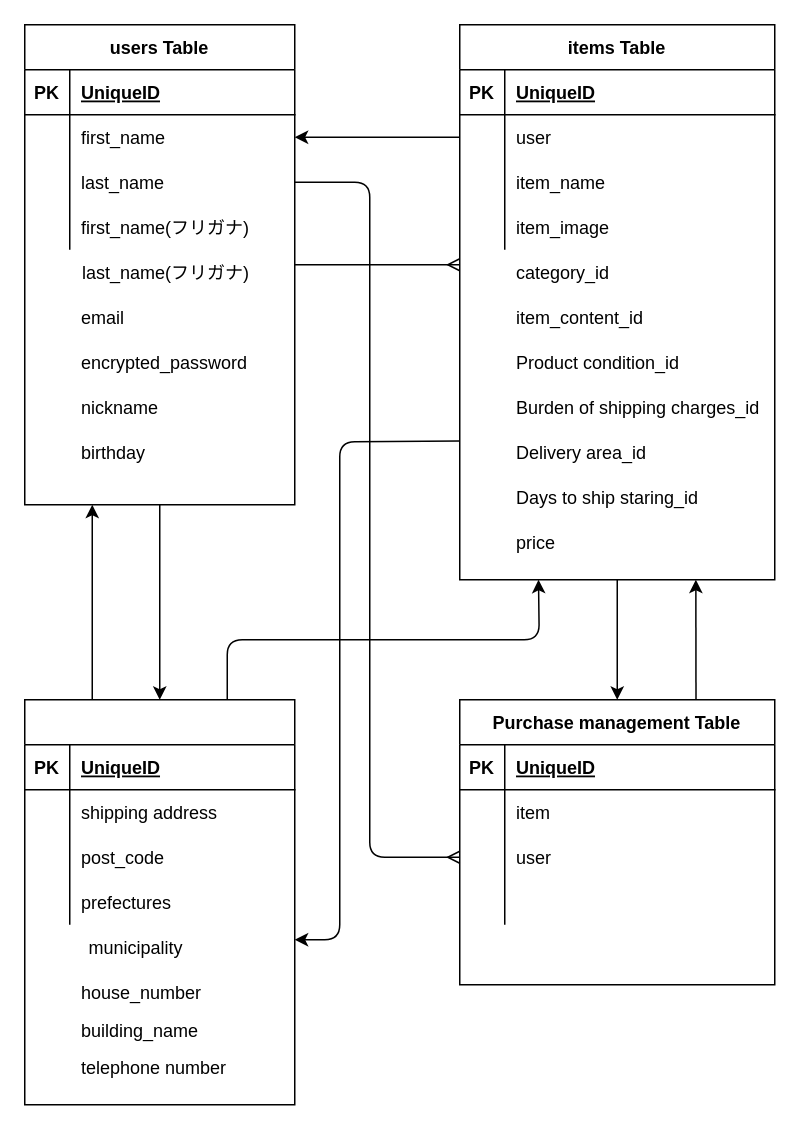
The draw.io diagram furima.dio in ManomeYuya/furima-37532, before the edit. Source tidied: cells renumbered, new cells numbered last; positions are measured from the earlier drawing's top-left corner, leaving out a move shared by most shapes. Both pictures are drawn from the tidied source at 150%, with x=0, y=0 at pixel (24, 24).
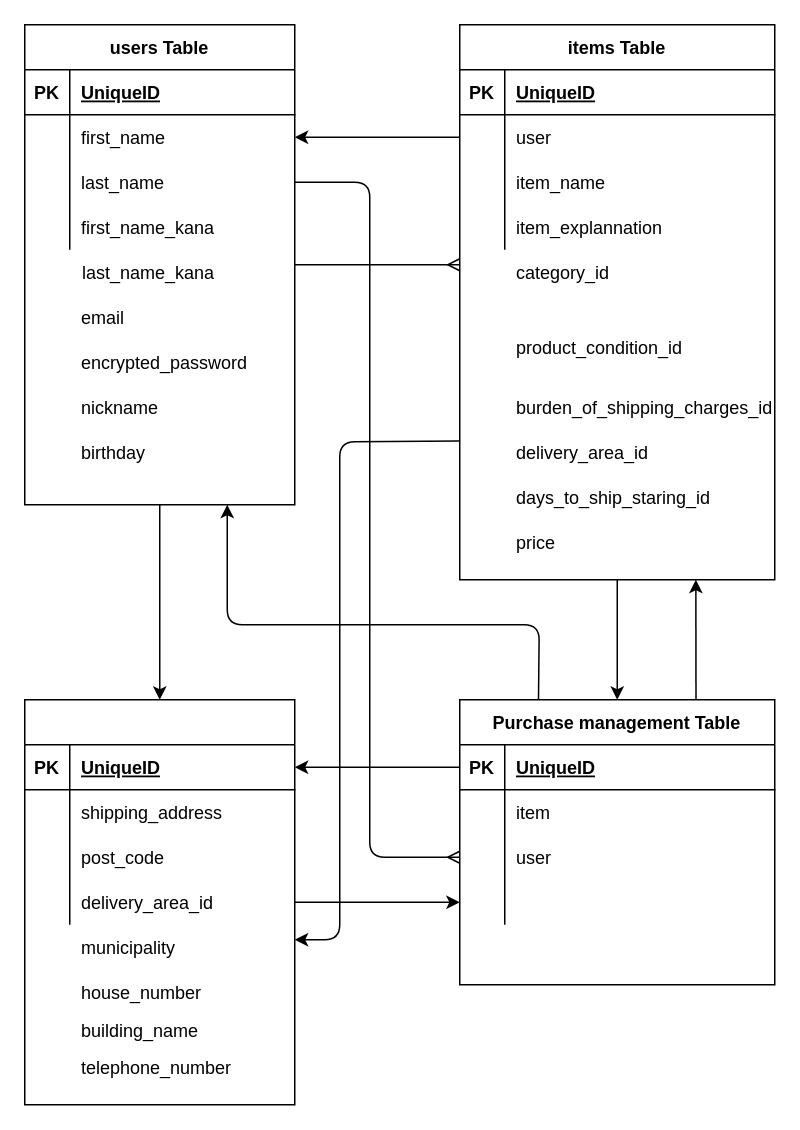
The same diagram, later.

Unchanged cells that the change refers to:
```xml
<mxCell id="4" value="users Table" style="shape=table;startSize=30;childLayout=tableLayout;rowLines=0;fontStyle=1;align=center;" parent="1" vertex="1">
  <mxGeometry width="180" height="320" as="geometry" />
</mxCell>
<mxCell id="14" style="shape=partialRectangle;fillColor=none;top=0;left=0;bottom=0;right=0;" parent="4" vertex="1">
  <mxGeometry y="120" width="180" height="30" as="geometry" />
</mxCell>
<mxCell id="21" value="items Table" style="shape=table;startSize=30;childLayout=tableLayout;rowLines=0;fontStyle=1;align=center;" parent="1" vertex="1">
  <mxGeometry x="290" width="210" height="370" as="geometry" />
</mxCell>
<mxCell id="31" style="shape=partialRectangle;fillColor=none;top=0;left=0;bottom=0;right=0;" parent="21" vertex="1">
  <mxGeometry y="120" width="210" height="30" as="geometry" />
</mxCell>
<mxCell id="37" value="Purchase management Table" style="shape=table;startSize=30;childLayout=tableLayout;rowLines=0;fontStyle=1;align=center;" parent="1" vertex="1">
  <mxGeometry x="290" y="450" width="210" height="190" as="geometry" />
</mxCell>
<mxCell id="38" style="shape=partialRectangle;fillColor=none;top=0;left=0;bottom=1;right=0;points=[[0,0.5],[1,0.5]];portConstraint=eastwest;" parent="37" vertex="1">
  <mxGeometry y="30" width="210" height="30" as="geometry" />
</mxCell>
<mxCell id="47" style="shape=partialRectangle;fillColor=none;top=0;left=0;bottom=0;right=0;points=[[0,0.5],[1,0.5]];portConstraint=eastwest;" parent="37" vertex="1">
  <mxGeometry y="120" width="210" height="30" as="geometry" />
</mxCell>
<mxCell id="53" value="address Table" style="shape=table;startSize=30;childLayout=tableLayout;rowLines=0;fontStyle=1;align=center;fontColor=#FFFFFF;" parent="1" vertex="1">
  <mxGeometry y="450" width="180" height="270" as="geometry" />
</mxCell>
<mxCell id="54" style="shape=partialRectangle;fillColor=none;top=0;left=0;bottom=1;right=0;points=[[0,0.5],[1,0.5]];portConstraint=eastwest;" parent="53" vertex="1">
  <mxGeometry y="30" width="180" height="30" as="geometry" />
</mxCell>
<mxCell id="57" style="shape=partialRectangle;fillColor=none;top=0;left=0;bottom=0;right=0;" parent="53" vertex="1">
  <mxGeometry y="60" width="180" height="30" as="geometry" />
</mxCell>
<mxCell id="63" style="shape=partialRectangle;fillColor=none;top=0;left=0;bottom=0;right=0;points=[[0,0.5],[1,0.5]];portConstraint=eastwest;" parent="53" vertex="1">
  <mxGeometry y="120" width="180" height="30" as="geometry" />
</mxCell>
<mxCell id="71" style="shape=partialRectangle;fillColor=none;top=0;left=0;bottom=0;right=0;" parent="1" vertex="1">
  <mxGeometry x="20" y="150" width="160" height="30" as="geometry" />
</mxCell>
```

Change to the diagram source:
```diff
@@
-    <mxCell id="16" value="first_name(フリガナ)" style="shape=partialRectangle;fillColor=none;top=0;left=0;bottom=0;right=0;align=left;spacingLeft=6;overflow=hidden;" parent="14" vertex="1">
+    <mxCell id="16" value="first_name_kana" style="shape=partialRectangle;fillColor=none;top=0;left=0;bottom=0;right=0;align=left;spacingLeft=6;overflow=hidden;" parent="14" vertex="1">
       <mxGeometry x="30" width="150" height="30" as="geometry" />
     </mxCell>
@@
-    <mxCell id="33" value="item_image" style="shape=partialRectangle;fillColor=none;top=0;left=0;bottom=0;right=0;align=left;spacingLeft=6;overflow=hidden;" parent="31" vertex="1">
+    <mxCell id="33" value="item_explannation" style="shape=partialRectangle;fillColor=none;top=0;left=0;bottom=0;right=0;align=left;spacingLeft=6;overflow=hidden;" parent="31" vertex="1">
       <mxGeometry x="30" width="180" height="30" as="geometry" />
     </mxCell>
@@
-    <mxCell id="35" value="Burden of shipping charges_id" style="shape=partialRectangle;fillColor=none;top=0;left=0;bottom=0;right=0;align=left;spacingLeft=6;overflow=hidden;" parent="1" vertex="1">
+    <mxCell id="35" value="burden_of_shipping_charges_id" style="shape=partialRectangle;fillColor=none;top=0;left=0;bottom=0;right=0;align=left;spacingLeft=6;overflow=hidden;" parent="1" vertex="1">
       <mxGeometry x="320" y="240" width="180" height="30" as="geometry" />
     </mxCell>
@@
+    <mxCell id="85" style="edgeStyle=none;html=1;exitX=0.25;exitY=0;exitDx=0;exitDy=0;entryX=0.75;entryY=1;entryDx=0;entryDy=0;" parent="1" edge="1" source="37" target="4">
+      <mxGeometry relative="1" as="geometry">
+        <Array as="points">
+          <mxPoint x="343" y="400" />
+          <mxPoint x="135" y="400" />
+        </Array>
+      </mxGeometry>
+    </mxCell>
@@
-    <mxCell id="50" value="telephone number" style="shape=partialRectangle;fillColor=none;top=0;left=0;bottom=0;right=0;align=left;spacingLeft=6;overflow=hidden;" parent="1" vertex="1">
+    <mxCell id="50" value="telephone_number" style="shape=partialRectangle;fillColor=none;top=0;left=0;bottom=0;right=0;align=left;spacingLeft=6;overflow=hidden;" parent="1" vertex="1">
       <mxGeometry x="30" y="680" width="150" height="30" as="geometry" />
     </mxCell>
-    <mxCell id="51" style="edgeStyle=none;html=1;exitX=0.25;exitY=0;exitDx=0;exitDy=0;entryX=0.25;entryY=1;entryDx=0;entryDy=0;fontColor=#FFFFFF;endArrow=classic;endFill=1;startSize=6;" parent="1" edge="1" source="53" target="4">
-      <mxGeometry relative="1" as="geometry" />
-    </mxCell>
-    <mxCell id="52" style="edgeStyle=none;html=1;entryX=0.25;entryY=1;entryDx=0;entryDy=0;exitX=0.75;exitY=0;exitDx=0;exitDy=0;" parent="1" edge="1" source="53" target="21">
-      <mxGeometry relative="1" as="geometry">
-        <Array as="points">
-          <mxPoint x="135" y="410" />
-          <mxPoint x="343" y="410" />
-        </Array>
-      </mxGeometry>
-    </mxCell>
@@
-    <mxCell id="59" value="shipping address" style="shape=partialRectangle;fillColor=none;top=0;left=0;bottom=0;right=0;align=left;spacingLeft=6;overflow=hidden;" parent="57" vertex="1">
+    <mxCell id="59" value="shipping_address" style="shape=partialRectangle;fillColor=none;top=0;left=0;bottom=0;right=0;align=left;spacingLeft=6;overflow=hidden;" parent="57" vertex="1">
       <mxGeometry x="30" width="150" height="30" as="geometry" />
     </mxCell>
@@
-    <mxCell id="65" value="prefectures" style="shape=partialRectangle;fillColor=none;top=0;left=0;bottom=0;right=0;align=left;spacingLeft=6;overflow=hidden;" parent="63" vertex="1">
+    <mxCell id="65" value="delivery_area_id" style="shape=partialRectangle;fillColor=none;top=0;left=0;bottom=0;right=0;align=left;spacingLeft=6;overflow=hidden;" parent="63" vertex="1">
       <mxGeometry x="30" width="150" height="30" as="geometry" />
     </mxCell>
@@
-    <mxCell id="73" value="last_name(フリガナ)" style="shape=partialRectangle;fillColor=none;top=0;left=0;bottom=0;right=0;align=left;spacingLeft=6;overflow=hidden;" parent="71" vertex="1">
+    <mxCell id="73" value="last_name_kana" style="shape=partialRectangle;fillColor=none;top=0;left=0;bottom=0;right=0;align=left;spacingLeft=6;overflow=hidden;" parent="71" vertex="1">
       <mxGeometry x="10.7" width="149.3" height="30" as="geometry" />
     </mxCell>
     <mxCell id="74" style="shape=partialRectangle;fillColor=none;top=0;left=0;bottom=0;right=0;" parent="1" vertex="1">
-      <mxGeometry x="25" y="600" width="150" height="30" as="geometry" />
+      <mxGeometry x="20" y="600" width="150" height="30" as="geometry" />
     </mxCell>
@@
-    <mxCell id="80" value="item_content_id" style="shape=partialRectangle;fillColor=none;top=0;left=0;bottom=0;right=0;align=left;spacingLeft=6;overflow=hidden;" parent="1" vertex="1">
-      <mxGeometry x="320" y="180" width="150" height="30" as="geometry" />
-    </mxCell>
-    <mxCell id="81" value="Product condition_id" style="shape=partialRectangle;fillColor=none;top=0;left=0;bottom=0;right=0;align=left;spacingLeft=6;overflow=hidden;" parent="1" vertex="1">
-      <mxGeometry x="320" y="210" width="150" height="30" as="geometry" />
+    <mxCell id="81" value="product_condition_id" style="shape=partialRectangle;fillColor=none;top=0;left=0;bottom=0;right=0;align=left;spacingLeft=6;overflow=hidden;" parent="1" vertex="1">
+      <mxGeometry x="320" y="200" width="150" height="30" as="geometry" />
     </mxCell>
-    <mxCell id="82" value="Days to ship staring_id" style="shape=partialRectangle;fillColor=none;top=0;left=0;bottom=0;right=0;align=left;spacingLeft=6;overflow=hidden;" parent="1" vertex="1">
+    <mxCell id="82" value="days_to_ship_staring_id" style="shape=partialRectangle;fillColor=none;top=0;left=0;bottom=0;right=0;align=left;spacingLeft=6;overflow=hidden;" parent="1" vertex="1">
       <mxGeometry x="320" y="300" width="150" height="30" as="geometry" />
     </mxCell>
-    <mxCell id="83" value="Delivery area_id" style="shape=partialRectangle;fillColor=none;top=0;left=0;bottom=0;right=0;align=left;spacingLeft=6;overflow=hidden;" parent="1" vertex="1">
+    <mxCell id="83" value="delivery_area_id" style="shape=partialRectangle;fillColor=none;top=0;left=0;bottom=0;right=0;align=left;spacingLeft=6;overflow=hidden;" parent="1" vertex="1">
       <mxGeometry x="320" y="270" width="150" height="30" as="geometry" />
     </mxCell>
@@
+    <mxCell id="86" style="edgeStyle=none;html=1;exitX=1;exitY=0.5;exitDx=0;exitDy=0;" parent="1" edge="1" source="63" target="47">
+      <mxGeometry relative="1" as="geometry" />
+    </mxCell>
+    <mxCell id="87" style="edgeStyle=none;html=1;exitX=0;exitY=0.5;exitDx=0;exitDy=0;entryX=1;entryY=0.5;entryDx=0;entryDy=0;" parent="1" edge="1" source="38" target="54">
+      <mxGeometry relative="1" as="geometry" />
+    </mxCell>
```
